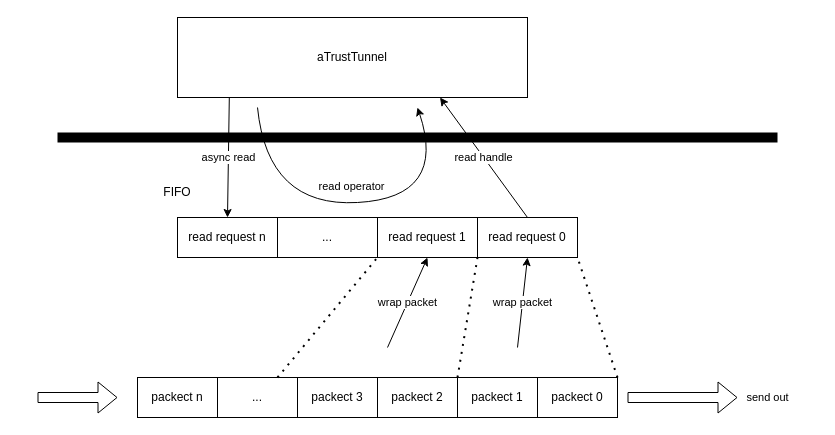
Earlier version of the draw.io diagram Untitled Diagram.drawio (nei313/WinDistcc). Source tidied: cells renumbered, new cells numbered last; positions are measured from the earlier drawing's top-left corner, leaving out a move shared by most shapes. Both pictures are drawn from the tidied source at 100%, with x=0, y=0 at pixel (37, 17).
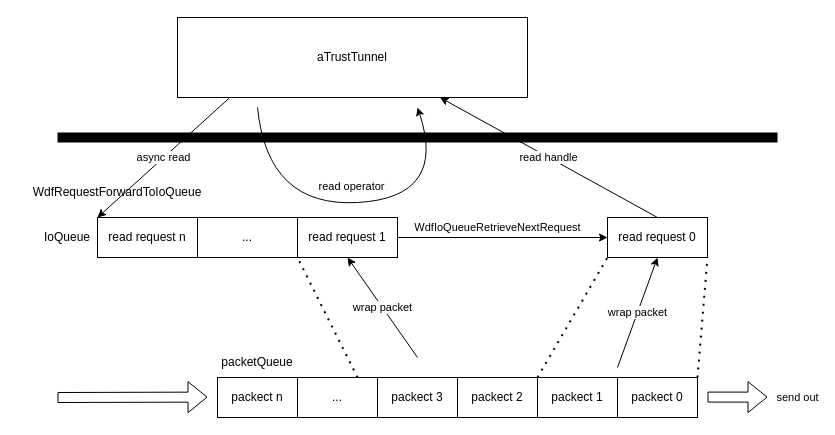
The same page after the edit.

The change refers to these unchanged cells:
```xml
<mxCell id="3" value="aTrustTunnel" style="rounded=0;whiteSpace=wrap;html=1;" parent="1" vertex="1">
  <mxGeometry x="140" width="350" height="80" as="geometry" />
</mxCell>
```

Change to the diagram source:
```diff
@@
-    <mxCell id="2" style="rounded=0;whiteSpace=wrap;html=1;" parent="1" vertex="1">
-      <mxGeometry x="140" y="200" width="400" height="40" as="geometry" />
-    </mxCell>
@@
-    <mxCell id="4" value="async read" style="endArrow=classic;html=1;rounded=0;exitX=0.148;exitY=1.006;exitDx=0;exitDy=0;entryX=0.5;entryY=0;entryDx=0;entryDy=0;exitPerimeter=0;" parent="1" edge="1" source="3" target="5">
+    <mxCell id="4" value="async read" style="endArrow=classic;html=1;rounded=0;exitX=0.148;exitY=1.006;exitDx=0;exitDy=0;exitPerimeter=0;entryX=0;entryY=0;entryDx=0;entryDy=0;" parent="1" edge="1" source="3" target="5">
       <mxGeometry relative="1" as="geometry" />
     </mxCell>
     <mxCell id="5" value="read request n" style="rounded=0;whiteSpace=wrap;html=1;" parent="1" vertex="1">
-      <mxGeometry x="140" y="200" width="100" height="40" as="geometry" />
+      <mxGeometry x="60" y="200" width="100" height="40" as="geometry" />
     </mxCell>
     <mxCell id="6" value="&lt;span&gt;...&lt;/span&gt;" style="rounded=0;whiteSpace=wrap;html=1;" parent="1" vertex="1">
-      <mxGeometry x="240" y="200" width="100" height="40" as="geometry" />
+      <mxGeometry x="160" y="200" width="100" height="40" as="geometry" />
     </mxCell>
     <mxCell id="7" value="read request 1" style="rounded=0;whiteSpace=wrap;html=1;" parent="1" vertex="1">
-      <mxGeometry x="340" y="200" width="100" height="40" as="geometry" />
+      <mxGeometry x="260" y="200" width="100" height="40" as="geometry" />
     </mxCell>
     <mxCell id="8" value="read request 0" style="rounded=0;whiteSpace=wrap;html=1;" parent="1" vertex="1">
-      <mxGeometry x="440" y="200" width="100" height="40" as="geometry" />
+      <mxGeometry x="570" y="200" width="100" height="40" as="geometry" />
     </mxCell>
-    <mxCell id="9" value="FIFO" style="text;html=1;strokeColor=none;fillColor=none;align=center;verticalAlign=middle;whiteSpace=wrap;rounded=0;" parent="1" vertex="1">
-      <mxGeometry x="110" y="160" width="60" height="30" as="geometry" />
+    <mxCell id="9" value="IoQueue" style="text;html=1;strokeColor=none;fillColor=none;align=center;verticalAlign=middle;whiteSpace=wrap;rounded=0;" parent="1" vertex="1">
+      <mxGeometry y="205" width="60" height="30" as="geometry" />
     </mxCell>
     <mxCell id="10" value="packect n" style="rounded=0;whiteSpace=wrap;html=1;" parent="1" vertex="1">
-      <mxGeometry x="100" y="360" width="80" height="40" as="geometry" />
+      <mxGeometry x="180" y="360" width="80" height="40" as="geometry" />
     </mxCell>
     <mxCell id="11" value="&lt;span&gt;...&lt;/span&gt;" style="rounded=0;whiteSpace=wrap;html=1;" parent="1" vertex="1">
-      <mxGeometry x="180" y="360" width="80" height="40" as="geometry" />
+      <mxGeometry x="260" y="360" width="80" height="40" as="geometry" />
     </mxCell>
     <mxCell id="12" value="&lt;span&gt;packect 3&lt;/span&gt;" style="rounded=0;whiteSpace=wrap;html=1;" parent="1" vertex="1">
-      <mxGeometry x="260" y="360" width="80" height="40" as="geometry" />
+      <mxGeometry x="340" y="360" width="80" height="40" as="geometry" />
     </mxCell>
     <mxCell id="13" value="&lt;span&gt;packect 2&lt;/span&gt;" style="rounded=0;whiteSpace=wrap;html=1;" parent="1" vertex="1">
-      <mxGeometry x="340" y="360" width="80" height="40" as="geometry" />
+      <mxGeometry x="420" y="360" width="80" height="40" as="geometry" />
     </mxCell>
     <mxCell id="14" value="&lt;span&gt;packect 1&lt;/span&gt;" style="rounded=0;whiteSpace=wrap;html=1;" parent="1" vertex="1">
-      <mxGeometry x="420" y="360" width="80" height="40" as="geometry" />
+      <mxGeometry x="500" y="360" width="80" height="40" as="geometry" />
     </mxCell>
     <mxCell id="15" value="&lt;span&gt;packect 0&lt;/span&gt;" style="rounded=0;whiteSpace=wrap;html=1;" parent="1" vertex="1">
-      <mxGeometry x="500" y="360" width="80" height="40" as="geometry" />
+      <mxGeometry x="580" y="360" width="80" height="40" as="geometry" />
     </mxCell>
@@
     <mxCell id="17" value="send out" style="shape=flexArrow;endArrow=classic;html=1;rounded=0;" parent="1" edge="1">
       <mxGeometry x="1" y="30" relative="1" as="geometry">
-        <mxPoint x="590" y="380" as="sourcePoint" />
-        <mxPoint x="700" y="380" as="targetPoint" />
+        <mxPoint x="670" y="379.6" as="sourcePoint" />
+        <mxPoint x="730" y="379.6" as="targetPoint" />
         <mxPoint x="30" y="30" as="offset" />
       </mxGeometry>
     </mxCell>
     <mxCell id="18" style="shape=flexArrow;endArrow=classic;html=1;rounded=0;" parent="1" edge="1">
       <mxGeometry relative="1" as="geometry">
-        <mxPoint y="380" as="sourcePoint" />
-        <mxPoint x="80" y="380" as="targetPoint" />
+        <mxPoint x="20" y="380" as="sourcePoint" />
+        <mxPoint x="170" y="379.6" as="targetPoint" />
       </mxGeometry>
     </mxCell>
@@
     <mxCell id="22" value="wrap packet" style="endArrow=classic;html=1;rounded=0;entryX=0.5;entryY=1;entryDx=0;entryDy=0;" parent="1" edge="1" target="8">
       <mxGeometry relative="1" as="geometry">
-        <mxPoint x="480" y="330" as="sourcePoint" />
+        <mxPoint x="580" y="350" as="sourcePoint" />
       </mxGeometry>
     </mxCell>
     <mxCell id="23" value="wrap packet" style="endArrow=classic;html=1;rounded=0;entryX=0.5;entryY=1;entryDx=0;entryDy=0;" parent="1" edge="1" target="7">
       <mxGeometry relative="1" as="geometry">
-        <mxPoint x="350" y="330" as="sourcePoint" />
+        <mxPoint x="380" y="340" as="sourcePoint" />
       </mxGeometry>
     </mxCell>
@@
+    <mxCell id="26" value="packetQueue" style="text;html=1;strokeColor=none;fillColor=none;align=center;verticalAlign=middle;whiteSpace=wrap;rounded=0;" parent="1" vertex="1">
+      <mxGeometry x="190" y="330" width="60" height="30" as="geometry" />
+    </mxCell>
+    <mxCell id="27" value="&lt;span style=&quot;font-size: 11px&quot;&gt;WdfIoQueueRetrieveNextRequest&lt;/span&gt;" style="endArrow=classic;html=1;rounded=0;strokeWidth=1;exitX=1;exitY=0.5;exitDx=0;exitDy=0;entryX=0;entryY=0.5;entryDx=0;entryDy=0;" parent="1" edge="1" source="7" target="8">
+      <mxGeometry x="-0.05" y="10" relative="1" as="geometry" />
+    </mxCell>
+    <mxCell id="28" value="WdfRequestForwardToIoQueue" style="text;html=1;strokeColor=none;fillColor=none;align=center;verticalAlign=middle;whiteSpace=wrap;rounded=0;" parent="1" vertex="1">
+      <mxGeometry x="-20" y="160" width="200" height="30" as="geometry" />
+    </mxCell>
```
